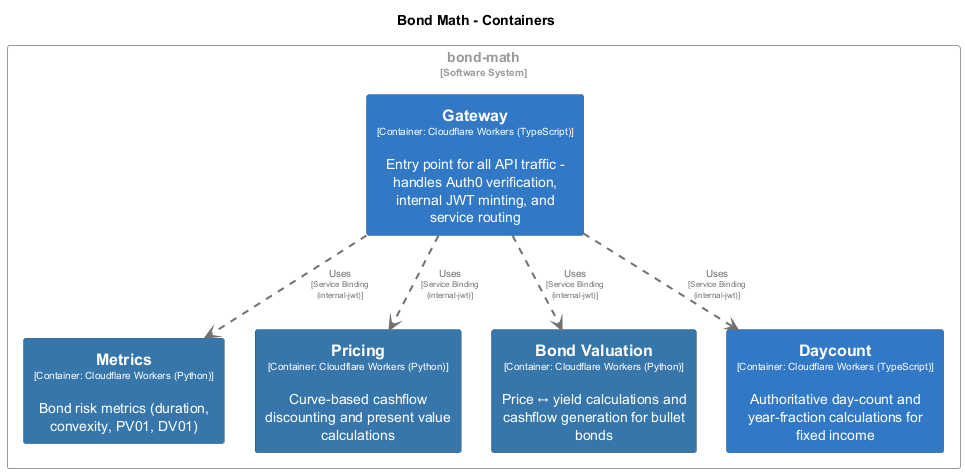
Above: docs/architecture/diagrams/structurizr-Containers.png in chrislyons-dev/bond-math (PlantUML), before the change.
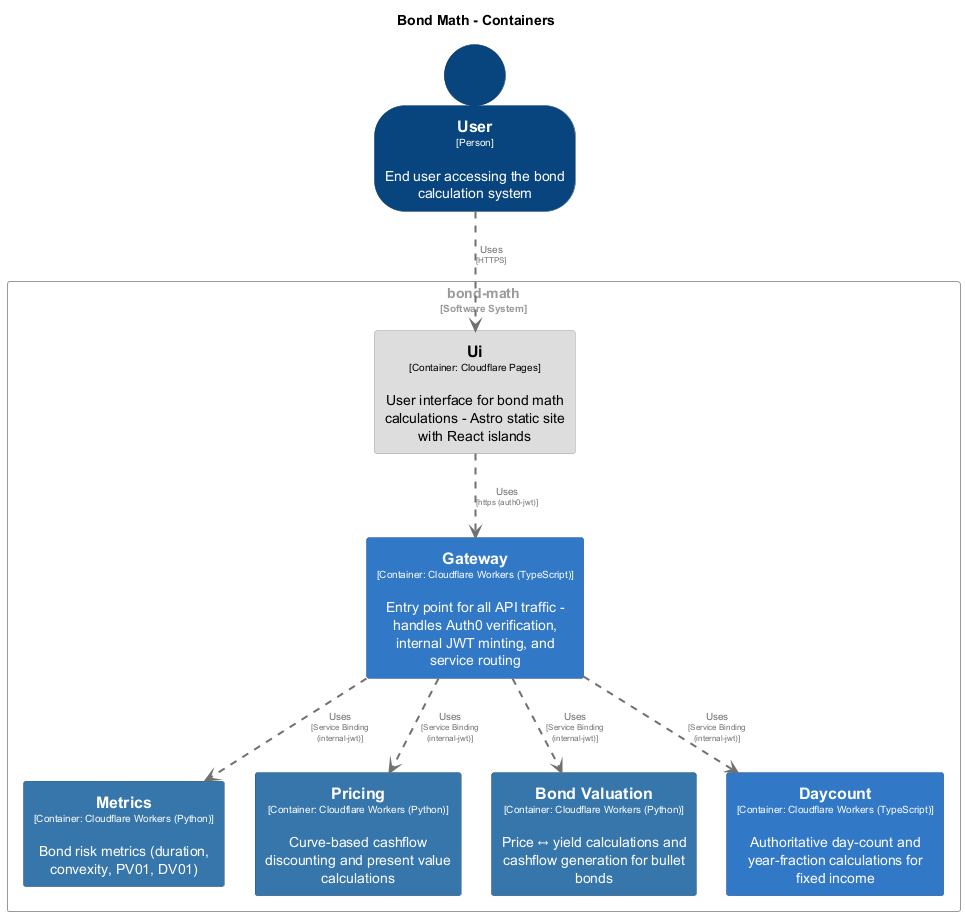
Above is the later version.

What changed in the source:
```diff
@@ -45,16 +45,31 @@
   BorderColor #265277
   shadowing false
 }
+skinparam rectangle<<bondmath.Ui>> {
+  BackgroundColor #dddddd
+  FontColor #000000
+  BorderColor #9a9a9a
+  shadowing false
+}
+skinparam person<<User>> {
+  BackgroundColor #08457e
+  FontColor #ffffff
+  BorderColor #053058
+  shadowing false
+}
 skinparam rectangle<<bondmath>> {
   BorderColor #9a9a9a
   FontColor #9a9a9a
   shadowing false
 }
 
+person "==User\n<size:10>[Person]</size>\n\nEnd user accessing the bond calculation system" <<User>> as User
+
 rectangle "bond-math\n<size:10>[Software System]</size>" <<bondmath>> {
   rectangle "==Gateway\n<size:10>[Container: Cloudflare Workers (TypeScript)]</size>\n\nEntry point for all API traffic - handles Auth0 verification, internal JWT minting, and service routing" <<bondmath.Gateway>> as bondmath.Gateway
   rectangle "==Metrics\n<size:10>[Container: Cloudflare Workers (Python)]</size>\n\nBond risk metrics (duration, convexity, PV01, DV01)" <<bondmath.Metrics>> as bondmath.Metrics
   rectangle "==Pricing\n<size:10>[Container: Cloudflare Workers (Python)]</size>\n\nCurve-based cashflow discounting and present value calculations" <<bondmath.Pricing>> as bondmath.Pricing
+  rectangle "==Ui\n<size:10>[Container: Cloudflare Pages]</size>\n\nUser interface for bond math calculations - Astro static site with React islands" <<bondmath.Ui>> as bondmath.Ui
   rectangle "==Bond Valuation\n<size:10>[Container: Cloudflare Workers (Python)]</size>\n\nPrice ↔ yield calculations and cashflow generation for bullet bonds" <<bondmath.BondValuation>> as bondmath.BondValuation
   rectangle "==Daycount\n<size:10>[Container: Cloudflare Workers (TypeScript)]</size>\n\nAuthoritative day-count and year-fraction calculations for fixed income" <<bondmath.Daycount>> as bondmath.Daycount
 }
@@ -63,4 +78,6 @@
 bondmath.Gateway .[#707070,thickness=2].> bondmath.Daycount : "<color:#707070>Uses\n<color:#707070><size:8>[Service Binding (internal-jwt)]</size>"
 bondmath.Gateway .[#707070,thickness=2].> bondmath.Metrics : "<color:#707070>Uses\n<color:#707070><size:8>[Service Binding (internal-jwt)]</size>"
 bondmath.Gateway .[#707070,thickness=2].> bondmath.Pricing : "<color:#707070>Uses\n<color:#707070><size:8>[Service Binding (internal-jwt)]</size>"
+bondmath.Ui .[#707070,thickness=2].> bondmath.Gateway : "<color:#707070>Uses\n<color:#707070><size:8>[https (auth0-jwt)]</size>"
+User .[#707070,thickness=2].> bondmath.Ui : "<color:#707070>Uses\n<color:#707070><size:8>[HTTPS]</size>"
 @enduml
```
